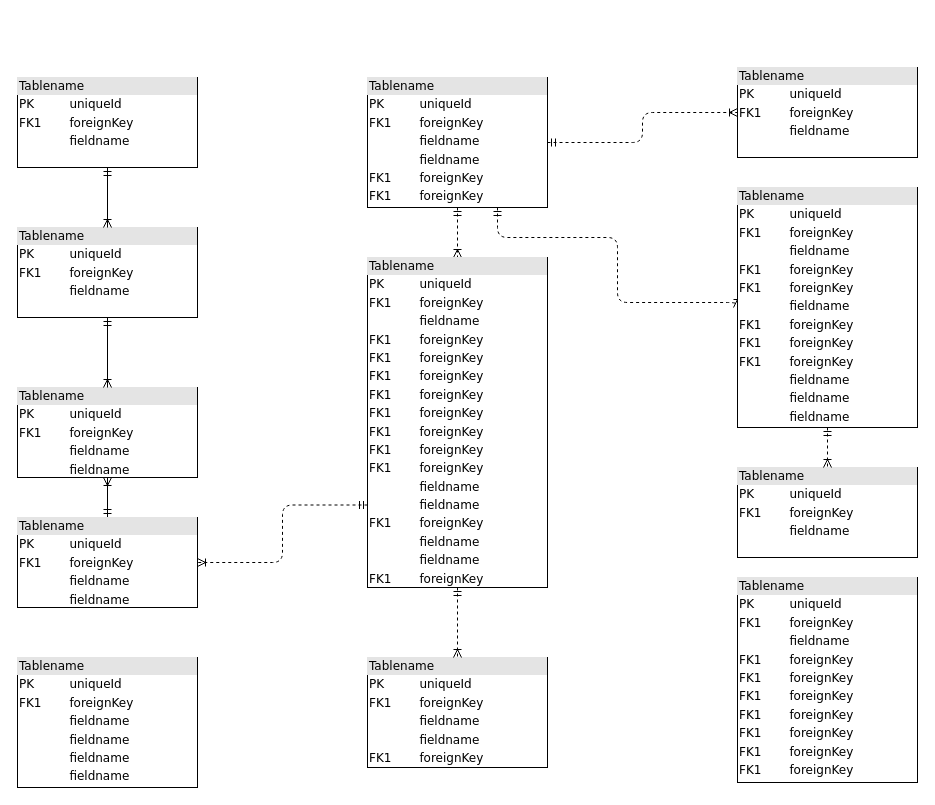
Before: Диаграмма без названия.drawio in RomanPereyaslavskiy/django-app, a draw.io diagram. Source tidied: cells renumbered, new cells numbered last; positions are measured from the earlier drawing's top-left corner, leaving out a move shared by most shapes. Both pictures are drawn from the tidied source at 100%, with x=0, y=0 at pixel (17, 67).
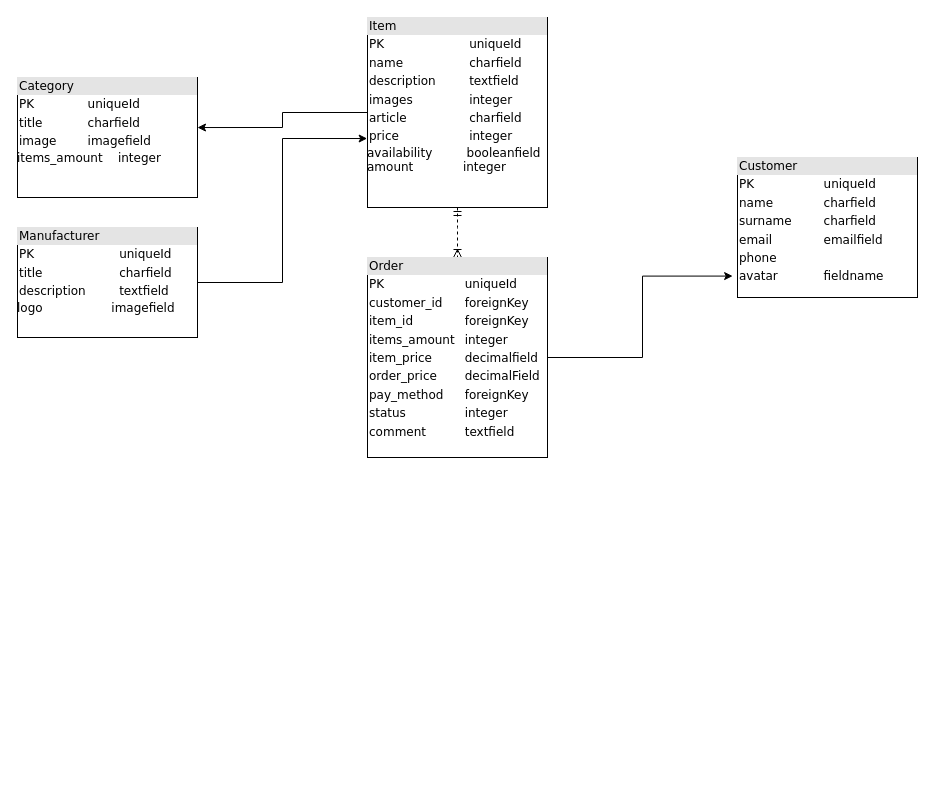
The same page after the edit.

Diff of the diagram source:
```diff
@@
-    <mxCell id="2" value="&lt;div style=&quot;box-sizing:border-box;width:100%;background:#e4e4e4;padding:2px;&quot;&gt;Tablename&lt;/div&gt;&lt;table style=&quot;width:100%;font-size:1em;&quot; cellpadding=&quot;2&quot; cellspacing=&quot;0&quot;&gt;&lt;tr&gt;&lt;td&gt;PK&lt;/td&gt;&lt;td&gt;uniqueId&lt;/td&gt;&lt;/tr&gt;&lt;tr&gt;&lt;td&gt;FK1&lt;/td&gt;&lt;td&gt;foreignKey&lt;/td&gt;&lt;/tr&gt;&lt;tr&gt;&lt;td&gt;&lt;/td&gt;&lt;td&gt;fieldname&lt;/td&gt;&lt;/tr&gt;&lt;/table&gt;" style="verticalAlign=top;align=left;overflow=fill;html=1;rounded=0;shadow=0;comic=0;labelBackgroundColor=none;strokeWidth=1;fontFamily=Verdana;fontSize=12;" parent="1" vertex="1">
-      <mxGeometry y="10" width="180" height="90" as="geometry" />
+    <mxCell id="2" value="&lt;div style=&quot;box-sizing:border-box;width:100%;background:#e4e4e4;padding:2px;&quot;&gt;Category&lt;/div&gt;&lt;table style=&quot;width:100%;font-size:1em;&quot; cellpadding=&quot;2&quot; cellspacing=&quot;0&quot;&gt;&lt;tbody&gt;&lt;tr&gt;&lt;td&gt;PK&lt;/td&gt;&lt;td&gt;uniqueId&lt;/td&gt;&lt;/tr&gt;&lt;tr&gt;&lt;td&gt;title&lt;/td&gt;&lt;td&gt;charfield&lt;br&gt;&lt;/td&gt;&lt;/tr&gt;&lt;tr&gt;&lt;td&gt;image&lt;/td&gt;&lt;td&gt;imagefield&lt;br&gt;&lt;/td&gt;&lt;/tr&gt;&lt;/tbody&gt;&lt;/table&gt;items_amount&amp;nbsp; &amp;nbsp; integer&lt;br&gt;" style="verticalAlign=top;align=left;overflow=fill;html=1;rounded=0;shadow=0;comic=0;labelBackgroundColor=none;strokeWidth=1;fontFamily=Verdana;fontSize=12;" parent="1" vertex="1">
+      <mxGeometry y="10" width="180" height="120" as="geometry" />
     </mxCell>
     <mxCell id="3" style="edgeStyle=orthogonalEdgeStyle;html=1;entryX=0.5;entryY=0;dashed=1;labelBackgroundColor=none;startArrow=ERmandOne;endArrow=ERoneToMany;fontFamily=Verdana;fontSize=12;align=left;" parent="1" edge="1" source="6" target="16">
-      <mxGeometry relative="1" as="geometry" />
+      <mxGeometry relative="1" as="geometry">
+        <Array as="points">
+          <mxPoint x="440" y="170" />
+          <mxPoint x="440" y="170" />
+        </Array>
+      </mxGeometry>
     </mxCell>
-    <mxCell id="4" style="edgeStyle=orthogonalEdgeStyle;html=1;dashed=1;labelBackgroundColor=none;startArrow=ERmandOne;endArrow=ERoneToMany;fontFamily=Verdana;fontSize=12;align=left;entryX=0;entryY=0.5;" parent="1" edge="1" source="6" target="19">
-      <mxGeometry relative="1" as="geometry">
-        <Array as="points">
-          <mxPoint x="480" y="170" />
-          <mxPoint x="600" y="170" />
-          <mxPoint x="600" y="235" />
-        </Array>
-      </mxGeometry>
-    </mxCell>
-    <mxCell id="5" style="edgeStyle=orthogonalEdgeStyle;html=1;dashed=1;labelBackgroundColor=none;startArrow=ERmandOne;endArrow=ERoneToMany;fontFamily=Verdana;fontSize=12;align=left;" parent="1" edge="1" source="6" target="20">
-      <mxGeometry relative="1" as="geometry" />
-    </mxCell>
-    <mxCell id="6" value="&lt;div style=&quot;box-sizing: border-box ; width: 100% ; background: #e4e4e4 ; padding: 2px&quot;&gt;Tablename&lt;/div&gt;&lt;table style=&quot;width: 100% ; font-size: 1em&quot; cellpadding=&quot;2&quot; cellspacing=&quot;0&quot;&gt;&lt;tbody&gt;&lt;tr&gt;&lt;td&gt;PK&lt;/td&gt;&lt;td&gt;uniqueId&lt;/td&gt;&lt;/tr&gt;&lt;tr&gt;&lt;td&gt;FK1&lt;/td&gt;&lt;td&gt;foreignKey&lt;/td&gt;&lt;/tr&gt;&lt;tr&gt;&lt;td&gt;&lt;/td&gt;&lt;td&gt;fieldname&lt;/td&gt;&lt;/tr&gt;&lt;tr&gt;&lt;td&gt;&lt;br&gt;&lt;/td&gt;&lt;td&gt;fieldname&lt;br&gt;&lt;/td&gt;&lt;/tr&gt;&lt;tr&gt;&lt;td&gt;FK1&lt;br&gt;&lt;/td&gt;&lt;td&gt;foreignKey&lt;br&gt;&lt;/td&gt;&lt;/tr&gt;&lt;tr&gt;&lt;td&gt;FK1&lt;br&gt;&lt;/td&gt;&lt;td&gt;foreignKey&lt;br&gt;&lt;/td&gt;&lt;/tr&gt;&lt;/tbody&gt;&lt;/table&gt;" style="verticalAlign=top;align=left;overflow=fill;html=1;rounded=0;shadow=0;comic=0;labelBackgroundColor=none;strokeWidth=1;fontFamily=Verdana;fontSize=12;" parent="1" vertex="1">
-      <mxGeometry x="350" y="10" width="180" height="130" as="geometry" />
+    <mxCell id="6" value="&lt;div style=&quot;box-sizing: border-box ; width: 100% ; background: #e4e4e4 ; padding: 2px&quot;&gt;Item&lt;/div&gt;&lt;table style=&quot;width: 100% ; font-size: 1em&quot; cellpadding=&quot;2&quot; cellspacing=&quot;0&quot;&gt;&lt;tbody&gt;&lt;tr&gt;&lt;td&gt;PK&lt;/td&gt;&lt;td&gt;uniqueId&lt;/td&gt;&lt;/tr&gt;&lt;tr&gt;&lt;td&gt;name&lt;/td&gt;&lt;td&gt;charfield&lt;/td&gt;&lt;/tr&gt;&lt;tr&gt;&lt;td&gt;description&lt;/td&gt;&lt;td&gt;textfield&lt;/td&gt;&lt;/tr&gt;&lt;tr&gt;&lt;td&gt;images&lt;/td&gt;&lt;td&gt;integer&lt;br&gt;&lt;/td&gt;&lt;/tr&gt;&lt;tr&gt;&lt;td&gt;article&lt;br&gt;&lt;/td&gt;&lt;td&gt;charfield&lt;br&gt;&lt;/td&gt;&lt;/tr&gt;&lt;tr&gt;&lt;td&gt;price&lt;br&gt;&lt;/td&gt;&lt;td&gt;integer&lt;br&gt;&lt;/td&gt;&lt;/tr&gt;&lt;/tbody&gt;&lt;/table&gt;availability&amp;nbsp; &amp;nbsp; &amp;nbsp; &amp;nbsp; &amp;nbsp;booleanfield&lt;br&gt;amount&amp;nbsp; &amp;nbsp; &amp;nbsp; &amp;nbsp; &amp;nbsp; &amp;nbsp; &amp;nbsp;integer" style="verticalAlign=top;align=left;overflow=fill;html=1;rounded=0;shadow=0;comic=0;labelBackgroundColor=none;strokeWidth=1;fontFamily=Verdana;fontSize=12;" parent="1" vertex="1">
+      <mxGeometry x="350" y="-50" width="180" height="190" as="geometry" />
     </mxCell>
-    <mxCell id="7" style="edgeStyle=orthogonalEdgeStyle;html=1;labelBackgroundColor=none;startArrow=ERmandOne;endArrow=ERoneToMany;fontFamily=Verdana;fontSize=12;align=left;" parent="1" edge="1" source="9" target="10">
-      <mxGeometry relative="1" as="geometry" />
-    </mxCell>
-    <mxCell id="8" style="edgeStyle=orthogonalEdgeStyle;html=1;exitX=0;exitY=0.75;entryX=1;entryY=0.5;dashed=1;labelBackgroundColor=none;startArrow=ERmandOne;endArrow=ERoneToMany;fontFamily=Verdana;fontSize=12;align=left;" parent="1" edge="1" source="16" target="9">
-      <mxGeometry relative="1" as="geometry" />
-    </mxCell>
-    <mxCell id="9" value="&lt;div style=&quot;box-sizing: border-box ; width: 100% ; background: #e4e4e4 ; padding: 2px&quot;&gt;Tablename&lt;/div&gt;&lt;table style=&quot;width: 100% ; font-size: 1em&quot; cellpadding=&quot;2&quot; cellspacing=&quot;0&quot;&gt;&lt;tbody&gt;&lt;tr&gt;&lt;td&gt;PK&lt;/td&gt;&lt;td&gt;uniqueId&lt;/td&gt;&lt;/tr&gt;&lt;tr&gt;&lt;td&gt;FK1&lt;/td&gt;&lt;td&gt;foreignKey&lt;/td&gt;&lt;/tr&gt;&lt;tr&gt;&lt;td&gt;&lt;/td&gt;&lt;td&gt;fieldname&lt;/td&gt;&lt;/tr&gt;&lt;tr&gt;&lt;td&gt;&lt;br&gt;&lt;/td&gt;&lt;td&gt;fieldname&lt;br&gt;&lt;/td&gt;&lt;/tr&gt;&lt;/tbody&gt;&lt;/table&gt;" style="verticalAlign=top;align=left;overflow=fill;html=1;rounded=0;shadow=0;comic=0;labelBackgroundColor=none;strokeWidth=1;fontFamily=Verdana;fontSize=12;" parent="1" vertex="1">
-      <mxGeometry y="450" width="180" height="90" as="geometry" />
-    </mxCell>
-    <mxCell id="10" value="&lt;div style=&quot;box-sizing: border-box ; width: 100% ; background: #e4e4e4 ; padding: 2px&quot;&gt;Tablename&lt;/div&gt;&lt;table style=&quot;width: 100% ; font-size: 1em&quot; cellpadding=&quot;2&quot; cellspacing=&quot;0&quot;&gt;&lt;tbody&gt;&lt;tr&gt;&lt;td&gt;PK&lt;/td&gt;&lt;td&gt;uniqueId&lt;/td&gt;&lt;/tr&gt;&lt;tr&gt;&lt;td&gt;FK1&lt;/td&gt;&lt;td&gt;foreignKey&lt;/td&gt;&lt;/tr&gt;&lt;tr&gt;&lt;td&gt;&lt;/td&gt;&lt;td&gt;fieldname&lt;/td&gt;&lt;/tr&gt;&lt;tr&gt;&lt;td&gt;&lt;br&gt;&lt;/td&gt;&lt;td&gt;fieldname&lt;br&gt;&lt;/td&gt;&lt;/tr&gt;&lt;/tbody&gt;&lt;/table&gt;" style="verticalAlign=top;align=left;overflow=fill;html=1;rounded=0;shadow=0;comic=0;labelBackgroundColor=none;strokeWidth=1;fontFamily=Verdana;fontSize=12;" parent="1" vertex="1">
-      <mxGeometry y="320" width="180" height="90" as="geometry" />
-    </mxCell>
-    <mxCell id="11" style="edgeStyle=orthogonalEdgeStyle;html=1;entryX=0.5;entryY=0;labelBackgroundColor=none;startArrow=ERmandOne;endArrow=ERoneToMany;fontFamily=Verdana;fontSize=12;align=left;" parent="1" edge="1" source="12" target="10">
-      <mxGeometry relative="1" as="geometry" />
-    </mxCell>
-    <mxCell id="12" value="&lt;div style=&quot;box-sizing:border-box;width:100%;background:#e4e4e4;padding:2px;&quot;&gt;Tablename&lt;/div&gt;&lt;table style=&quot;width:100%;font-size:1em;&quot; cellpadding=&quot;2&quot; cellspacing=&quot;0&quot;&gt;&lt;tr&gt;&lt;td&gt;PK&lt;/td&gt;&lt;td&gt;uniqueId&lt;/td&gt;&lt;/tr&gt;&lt;tr&gt;&lt;td&gt;FK1&lt;/td&gt;&lt;td&gt;foreignKey&lt;/td&gt;&lt;/tr&gt;&lt;tr&gt;&lt;td&gt;&lt;/td&gt;&lt;td&gt;fieldname&lt;/td&gt;&lt;/tr&gt;&lt;/table&gt;" style="verticalAlign=top;align=left;overflow=fill;html=1;rounded=0;shadow=0;comic=0;labelBackgroundColor=none;strokeWidth=1;fontFamily=Verdana;fontSize=12;" parent="1" vertex="1">
-      <mxGeometry y="160" width="180" height="90" as="geometry" />
+    <mxCell id="12" value="&lt;div style=&quot;box-sizing:border-box;width:100%;background:#e4e4e4;padding:2px;&quot;&gt;Manufacturer&lt;br&gt;&lt;/div&gt;&lt;table style=&quot;width:100%;font-size:1em;&quot; cellpadding=&quot;2&quot; cellspacing=&quot;0&quot;&gt;&lt;tbody&gt;&lt;tr&gt;&lt;td&gt;PK&lt;/td&gt;&lt;td&gt;uniqueId&lt;/td&gt;&lt;/tr&gt;&lt;tr&gt;&lt;td&gt;title&lt;/td&gt;&lt;td&gt;charfield&lt;/td&gt;&lt;/tr&gt;&lt;tr&gt;&lt;td&gt;description&lt;/td&gt;&lt;td&gt;textfield&lt;br&gt;&lt;/td&gt;&lt;/tr&gt;&lt;/tbody&gt;&lt;/table&gt;logo&amp;nbsp; &amp;nbsp; &amp;nbsp; &amp;nbsp; &amp;nbsp; &amp;nbsp; &amp;nbsp; &amp;nbsp; &amp;nbsp; imagefield" style="verticalAlign=top;align=left;overflow=fill;html=1;rounded=0;shadow=0;comic=0;labelBackgroundColor=none;strokeWidth=1;fontFamily=Verdana;fontSize=12;" parent="1" vertex="1">
+      <mxGeometry y="160" width="180" height="110" as="geometry" />
     </mxCell>
-    <mxCell id="13" value="&lt;div style=&quot;box-sizing: border-box ; width: 100% ; background: #e4e4e4 ; padding: 2px&quot;&gt;Tablename&lt;/div&gt;&lt;table style=&quot;width: 100% ; font-size: 1em&quot; cellpadding=&quot;2&quot; cellspacing=&quot;0&quot;&gt;&lt;tbody&gt;&lt;tr&gt;&lt;td&gt;PK&lt;/td&gt;&lt;td&gt;uniqueId&lt;/td&gt;&lt;/tr&gt;&lt;tr&gt;&lt;td&gt;FK1&lt;/td&gt;&lt;td&gt;foreignKey&lt;/td&gt;&lt;/tr&gt;&lt;tr&gt;&lt;td&gt;&lt;/td&gt;&lt;td&gt;fieldname&lt;/td&gt;&lt;/tr&gt;&lt;tr&gt;&lt;td&gt;FK1&lt;br&gt;&lt;/td&gt;&lt;td&gt;foreignKey&lt;br&gt;&lt;/td&gt;&lt;/tr&gt;&lt;tr&gt;&lt;td&gt;FK1&lt;br&gt;&lt;/td&gt;&lt;td&gt;foreignKey&lt;br&gt;&lt;/td&gt;&lt;/tr&gt;&lt;tr&gt;&lt;td&gt;FK1&lt;br&gt;&lt;/td&gt;&lt;td&gt;foreignKey&lt;br&gt;&lt;/td&gt;&lt;/tr&gt;&lt;tr&gt;&lt;td&gt;FK1&lt;br&gt;&lt;/td&gt;&lt;td&gt;foreignKey&lt;br&gt;&lt;/td&gt;&lt;/tr&gt;&lt;tr&gt;&lt;td&gt;FK1&lt;br&gt;&lt;/td&gt;&lt;td&gt;foreignKey&lt;br&gt;&lt;/td&gt;&lt;/tr&gt;&lt;tr&gt;&lt;td&gt;FK1&lt;br&gt;&lt;/td&gt;&lt;td&gt;foreignKey&lt;br&gt;&lt;/td&gt;&lt;/tr&gt;&lt;tr&gt;&lt;td&gt;FK1&lt;br&gt;&lt;/td&gt;&lt;td&gt;foreignKey&lt;br&gt;&lt;/td&gt;&lt;/tr&gt;&lt;/tbody&gt;&lt;/table&gt;" style="verticalAlign=top;align=left;overflow=fill;html=1;rounded=0;shadow=0;comic=0;labelBackgroundColor=none;strokeWidth=1;fontFamily=Verdana;fontSize=12;" parent="1" vertex="1">
-      <mxGeometry x="720" y="510" width="180" height="205" as="geometry" />
-    </mxCell>
-    <mxCell id="14" value="&lt;div style=&quot;box-sizing: border-box ; width: 100% ; background: #e4e4e4 ; padding: 2px&quot;&gt;Tablename&lt;/div&gt;&lt;table style=&quot;width: 100% ; font-size: 1em&quot; cellpadding=&quot;2&quot; cellspacing=&quot;0&quot;&gt;&lt;tbody&gt;&lt;tr&gt;&lt;td&gt;PK&lt;/td&gt;&lt;td&gt;uniqueId&lt;/td&gt;&lt;/tr&gt;&lt;tr&gt;&lt;td&gt;FK1&lt;/td&gt;&lt;td&gt;foreignKey&lt;/td&gt;&lt;/tr&gt;&lt;tr&gt;&lt;td&gt;&lt;/td&gt;&lt;td&gt;fieldname&lt;/td&gt;&lt;/tr&gt;&lt;tr&gt;&lt;td&gt;&lt;br&gt;&lt;/td&gt;&lt;td&gt;fieldname&lt;br&gt;&lt;/td&gt;&lt;/tr&gt;&lt;tr&gt;&lt;td&gt;FK1&lt;br&gt;&lt;/td&gt;&lt;td&gt;foreignKey&lt;br&gt;&lt;/td&gt;&lt;/tr&gt;&lt;/tbody&gt;&lt;/table&gt;" style="verticalAlign=top;align=left;overflow=fill;html=1;rounded=0;shadow=0;comic=0;labelBackgroundColor=none;strokeWidth=1;fontFamily=Verdana;fontSize=12;" parent="1" vertex="1">
-      <mxGeometry x="350" y="590" width="180" height="110" as="geometry" />
-    </mxCell>
-    <mxCell id="15" style="edgeStyle=orthogonalEdgeStyle;html=1;entryX=0.5;entryY=0;labelBackgroundColor=none;startArrow=ERmandOne;endArrow=ERoneToMany;fontFamily=Verdana;fontSize=12;align=left;dashed=1;" parent="1" edge="1" source="16" target="14">
-      <mxGeometry relative="1" as="geometry" />
-    </mxCell>
-    <mxCell id="16" value="&lt;div style=&quot;box-sizing: border-box ; width: 100% ; background: #e4e4e4 ; padding: 2px&quot;&gt;Tablename&lt;/div&gt;&lt;table style=&quot;width: 100% ; font-size: 1em&quot; cellpadding=&quot;2&quot; cellspacing=&quot;0&quot;&gt;&lt;tbody&gt;&lt;tr&gt;&lt;td&gt;PK&lt;/td&gt;&lt;td&gt;uniqueId&lt;/td&gt;&lt;/tr&gt;&lt;tr&gt;&lt;td&gt;FK1&lt;/td&gt;&lt;td&gt;foreignKey&lt;/td&gt;&lt;/tr&gt;&lt;tr&gt;&lt;td&gt;&lt;/td&gt;&lt;td&gt;fieldname&lt;/td&gt;&lt;/tr&gt;&lt;tr&gt;&lt;td&gt;FK1&lt;br&gt;&lt;/td&gt;&lt;td&gt;foreignKey&lt;br&gt;&lt;/td&gt;&lt;/tr&gt;&lt;tr&gt;&lt;td&gt;FK1&lt;br&gt;&lt;/td&gt;&lt;td&gt;foreignKey&lt;br&gt;&lt;/td&gt;&lt;/tr&gt;&lt;tr&gt;&lt;td&gt;FK1&lt;br&gt;&lt;/td&gt;&lt;td&gt;foreignKey&lt;br&gt;&lt;/td&gt;&lt;/tr&gt;&lt;tr&gt;&lt;td&gt;FK1&lt;br&gt;&lt;/td&gt;&lt;td&gt;foreignKey&lt;br&gt;&lt;/td&gt;&lt;/tr&gt;&lt;tr&gt;&lt;td&gt;FK1&lt;br&gt;&lt;/td&gt;&lt;td&gt;foreignKey&lt;br&gt;&lt;/td&gt;&lt;/tr&gt;&lt;tr&gt;&lt;td&gt;FK1&lt;br&gt;&lt;/td&gt;&lt;td&gt;foreignKey&lt;br&gt;&lt;/td&gt;&lt;/tr&gt;&lt;tr&gt;&lt;td&gt;FK1&lt;br&gt;&lt;/td&gt;&lt;td&gt;foreignKey&lt;br&gt;&lt;/td&gt;&lt;/tr&gt;&lt;tr&gt;&lt;td&gt;FK1&lt;br&gt;&lt;/td&gt;&lt;td&gt;foreignKey&lt;br&gt;&lt;/td&gt;&lt;/tr&gt;&lt;tr&gt;&lt;td&gt;&lt;br&gt;&lt;/td&gt;&lt;td&gt;fieldname&lt;br&gt;&lt;/td&gt;&lt;/tr&gt;&lt;tr&gt;&lt;td&gt;&lt;br&gt;&lt;/td&gt;&lt;td&gt;fieldname&lt;br&gt;&lt;/td&gt;&lt;/tr&gt;&lt;tr&gt;&lt;td&gt;FK1&lt;br&gt;&lt;/td&gt;&lt;td&gt;foreignKey&lt;br&gt;&lt;/td&gt;&lt;/tr&gt;&lt;tr&gt;&lt;td&gt;&lt;br&gt;&lt;/td&gt;&lt;td&gt;fieldname&lt;br&gt;&lt;/td&gt;&lt;/tr&gt;&lt;tr&gt;&lt;td&gt;&lt;br&gt;&lt;/td&gt;&lt;td&gt;fieldname&lt;br&gt;&lt;/td&gt;&lt;/tr&gt;&lt;tr&gt;&lt;td&gt;FK1&lt;br&gt;&lt;/td&gt;&lt;td&gt;foreignKey&lt;br&gt;&lt;/td&gt;&lt;/tr&gt;&lt;/tbody&gt;&lt;/table&gt;" style="verticalAlign=top;align=left;overflow=fill;html=1;rounded=0;shadow=0;comic=0;labelBackgroundColor=none;strokeWidth=1;fontFamily=Verdana;fontSize=12;" parent="1" vertex="1">
-      <mxGeometry x="350" y="190" width="180" height="330" as="geometry" />
+    <mxCell id="16" value="&lt;div style=&quot;box-sizing: border-box ; width: 100% ; background: #e4e4e4 ; padding: 2px&quot;&gt;Order&lt;/div&gt;&lt;table style=&quot;width: 100% ; font-size: 1em&quot; cellpadding=&quot;2&quot; cellspacing=&quot;0&quot;&gt;&lt;tbody&gt;&lt;tr&gt;&lt;td&gt;PK&lt;/td&gt;&lt;td&gt;uniqueId&lt;/td&gt;&lt;/tr&gt;&lt;tr&gt;&lt;td&gt;customer_id&lt;/td&gt;&lt;td&gt;foreignKey&lt;/td&gt;&lt;/tr&gt;&lt;tr&gt;&lt;td&gt;item_id&lt;/td&gt;&lt;td&gt;foreignKey&lt;/td&gt;&lt;/tr&gt;&lt;tr&gt;&lt;td&gt;items_amount&lt;br&gt;&lt;/td&gt;&lt;td&gt;integer&lt;br&gt;&lt;/td&gt;&lt;/tr&gt;&lt;tr&gt;&lt;td&gt;item_price&lt;/td&gt;&lt;td&gt;decimalfield&lt;/td&gt;&lt;/tr&gt;&lt;tr&gt;&lt;td&gt;order_price&lt;br&gt;&lt;/td&gt;&lt;td&gt;decimalField&lt;/td&gt;&lt;/tr&gt;&lt;tr&gt;&lt;td&gt;pay_method&lt;br&gt;&lt;/td&gt;&lt;td&gt;foreignKey&lt;br&gt;&lt;/td&gt;&lt;/tr&gt;&lt;tr&gt;&lt;td&gt;status&lt;br&gt;&lt;/td&gt;&lt;td&gt;integer&lt;br&gt;&lt;/td&gt;&lt;/tr&gt;&lt;tr&gt;&lt;td&gt;comment&lt;br&gt;&lt;/td&gt;&lt;td&gt;textfield&lt;br&gt;&lt;/td&gt;&lt;/tr&gt;&lt;tr&gt;&lt;td&gt;&lt;br&gt;&lt;/td&gt;&lt;td&gt;&lt;br&gt;&lt;/td&gt;&lt;/tr&gt;&lt;tr&gt;&lt;td&gt;&lt;br&gt;&lt;/td&gt;&lt;td&gt;&lt;br&gt;&lt;/td&gt;&lt;/tr&gt;&lt;tr&gt;&lt;td&gt;&lt;br&gt;&lt;/td&gt;&lt;td&gt;&lt;br&gt;&lt;/td&gt;&lt;/tr&gt;&lt;tr&gt;&lt;td&gt;&lt;br&gt;&lt;/td&gt;&lt;td&gt;&lt;br&gt;&lt;/td&gt;&lt;/tr&gt;&lt;tr&gt;&lt;td&gt;&lt;br&gt;&lt;/td&gt;&lt;td&gt;&lt;br&gt;&lt;/td&gt;&lt;/tr&gt;&lt;tr&gt;&lt;td&gt;&lt;br&gt;&lt;/td&gt;&lt;td&gt;&lt;br&gt;&lt;/td&gt;&lt;/tr&gt;&lt;tr&gt;&lt;td&gt;&lt;br&gt;&lt;/td&gt;&lt;td&gt;&lt;br&gt;&lt;/td&gt;&lt;/tr&gt;&lt;tr&gt;&lt;td&gt;&lt;br&gt;&lt;/td&gt;&lt;td&gt;&lt;br&gt;&lt;/td&gt;&lt;/tr&gt;&lt;/tbody&gt;&lt;/table&gt;" style="verticalAlign=top;align=left;overflow=fill;html=1;rounded=0;shadow=0;comic=0;labelBackgroundColor=none;strokeWidth=1;fontFamily=Verdana;fontSize=12;" parent="1" vertex="1">
+      <mxGeometry x="350" y="190" width="180" height="200" as="geometry" />
     </mxCell>
-    <mxCell id="17" value="&lt;div style=&quot;box-sizing:border-box;width:100%;background:#e4e4e4;padding:2px;&quot;&gt;Tablename&lt;/div&gt;&lt;table style=&quot;width:100%;font-size:1em;&quot; cellpadding=&quot;2&quot; cellspacing=&quot;0&quot;&gt;&lt;tr&gt;&lt;td&gt;PK&lt;/td&gt;&lt;td&gt;uniqueId&lt;/td&gt;&lt;/tr&gt;&lt;tr&gt;&lt;td&gt;FK1&lt;/td&gt;&lt;td&gt;foreignKey&lt;/td&gt;&lt;/tr&gt;&lt;tr&gt;&lt;td&gt;&lt;/td&gt;&lt;td&gt;fieldname&lt;/td&gt;&lt;/tr&gt;&lt;/table&gt;" style="verticalAlign=top;align=left;overflow=fill;html=1;rounded=0;shadow=0;comic=0;labelBackgroundColor=none;strokeWidth=1;fontFamily=Verdana;fontSize=12;" parent="1" vertex="1">
-      <mxGeometry x="720" y="400" width="180" height="90" as="geometry" />
-    </mxCell>
-    <mxCell id="18" style="edgeStyle=orthogonalEdgeStyle;html=1;entryX=0.5;entryY=0;dashed=1;labelBackgroundColor=none;startArrow=ERmandOne;endArrow=ERoneToMany;fontFamily=Verdana;fontSize=12;align=left;" parent="1" edge="1" source="19" target="17">
-      <mxGeometry relative="1" as="geometry" />
-    </mxCell>
-    <mxCell id="19" value="&lt;div style=&quot;box-sizing: border-box ; width: 100% ; background: #e4e4e4 ; padding: 2px&quot;&gt;Tablename&lt;/div&gt;&lt;table style=&quot;width: 100% ; font-size: 1em&quot; cellpadding=&quot;2&quot; cellspacing=&quot;0&quot;&gt;&lt;tbody&gt;&lt;tr&gt;&lt;td&gt;PK&lt;/td&gt;&lt;td&gt;uniqueId&lt;/td&gt;&lt;/tr&gt;&lt;tr&gt;&lt;td&gt;FK1&lt;/td&gt;&lt;td&gt;foreignKey&lt;/td&gt;&lt;/tr&gt;&lt;tr&gt;&lt;td&gt;&lt;/td&gt;&lt;td&gt;fieldname&lt;/td&gt;&lt;/tr&gt;&lt;tr&gt;&lt;td&gt;FK1&lt;br&gt;&lt;/td&gt;&lt;td&gt;foreignKey&lt;br&gt;&lt;/td&gt;&lt;/tr&gt;&lt;tr&gt;&lt;td&gt;FK1&lt;br&gt;&lt;/td&gt;&lt;td&gt;foreignKey&lt;br&gt;&lt;/td&gt;&lt;/tr&gt;&lt;tr&gt;&lt;td&gt;&lt;br&gt;&lt;/td&gt;&lt;td&gt;fieldname&lt;br&gt;&lt;/td&gt;&lt;/tr&gt;&lt;tr&gt;&lt;td&gt;FK1&lt;br&gt;&lt;/td&gt;&lt;td&gt;foreignKey&lt;br&gt;&lt;/td&gt;&lt;/tr&gt;&lt;tr&gt;&lt;td&gt;FK1&lt;br&gt;&lt;/td&gt;&lt;td&gt;foreignKey&lt;br&gt;&lt;/td&gt;&lt;/tr&gt;&lt;tr&gt;&lt;td&gt;FK1&lt;br&gt;&lt;/td&gt;&lt;td&gt;foreignKey&lt;br&gt;&lt;/td&gt;&lt;/tr&gt;&lt;tr&gt;&lt;td&gt;&lt;br&gt;&lt;/td&gt;&lt;td&gt;fieldname&lt;br&gt;&lt;/td&gt;&lt;/tr&gt;&lt;tr&gt;&lt;td&gt;&lt;br&gt;&lt;/td&gt;&lt;td&gt;fieldname&lt;br&gt;&lt;/td&gt;&lt;/tr&gt;&lt;tr&gt;&lt;td&gt;&lt;br&gt;&lt;/td&gt;&lt;td&gt;fieldname&lt;br&gt;&lt;/td&gt;&lt;/tr&gt;&lt;/tbody&gt;&lt;/table&gt;" style="verticalAlign=top;align=left;overflow=fill;html=1;rounded=0;shadow=0;comic=0;labelBackgroundColor=none;strokeWidth=1;fontFamily=Verdana;fontSize=12;" parent="1" vertex="1">
-      <mxGeometry x="720" y="120" width="180" height="240" as="geometry" />
+    <mxCell id="19" value="&lt;div style=&quot;box-sizing: border-box ; width: 100% ; background: #e4e4e4 ; padding: 2px&quot;&gt;Customer&lt;/div&gt;&lt;table style=&quot;width: 100% ; font-size: 1em&quot; cellpadding=&quot;2&quot; cellspacing=&quot;0&quot;&gt;&lt;tbody&gt;&lt;tr&gt;&lt;td&gt;PK&lt;/td&gt;&lt;td&gt;uniqueId&lt;/td&gt;&lt;/tr&gt;&lt;tr&gt;&lt;td&gt;name&lt;/td&gt;&lt;td&gt;charfield&lt;/td&gt;&lt;/tr&gt;&lt;tr&gt;&lt;td&gt;surname&lt;/td&gt;&lt;td&gt;charfield&lt;/td&gt;&lt;/tr&gt;&lt;tr&gt;&lt;td&gt;email&lt;br&gt;&lt;/td&gt;&lt;td&gt;emailfield&lt;br&gt;&lt;/td&gt;&lt;/tr&gt;&lt;tr&gt;&lt;td&gt;phone&lt;br&gt;&lt;/td&gt;&lt;td&gt;&lt;br&gt;&lt;/td&gt;&lt;/tr&gt;&lt;tr&gt;&lt;td&gt;avatar&lt;/td&gt;&lt;td&gt;fieldname&lt;br&gt;&lt;/td&gt;&lt;/tr&gt;&lt;tr&gt;&lt;td&gt;&lt;/td&gt;&lt;td&gt;&lt;br&gt;&lt;/td&gt;&lt;/tr&gt;&lt;tr&gt;&lt;td&gt;&lt;br&gt;&lt;/td&gt;&lt;td&gt;&lt;br&gt;&lt;/td&gt;&lt;/tr&gt;&lt;tr&gt;&lt;td&gt;&lt;br&gt;&lt;/td&gt;&lt;td&gt;&lt;br&gt;&lt;/td&gt;&lt;/tr&gt;&lt;tr&gt;&lt;td&gt;&lt;br&gt;&lt;/td&gt;&lt;td&gt;&lt;br&gt;&lt;/td&gt;&lt;/tr&gt;&lt;tr&gt;&lt;td&gt;&lt;br&gt;&lt;/td&gt;&lt;td&gt;&lt;br&gt;&lt;/td&gt;&lt;/tr&gt;&lt;tr&gt;&lt;td&gt;&lt;br&gt;&lt;/td&gt;&lt;td&gt;&lt;br&gt;&lt;/td&gt;&lt;/tr&gt;&lt;/tbody&gt;&lt;/table&gt;" style="verticalAlign=top;align=left;overflow=fill;html=1;rounded=0;shadow=0;comic=0;labelBackgroundColor=none;strokeWidth=1;fontFamily=Verdana;fontSize=12;" parent="1" vertex="1">
+      <mxGeometry x="720" y="90" width="180" height="140" as="geometry" />
     </mxCell>
-    <mxCell id="20" value="&lt;div style=&quot;box-sizing:border-box;width:100%;background:#e4e4e4;padding:2px;&quot;&gt;Tablename&lt;/div&gt;&lt;table style=&quot;width:100%;font-size:1em;&quot; cellpadding=&quot;2&quot; cellspacing=&quot;0&quot;&gt;&lt;tr&gt;&lt;td&gt;PK&lt;/td&gt;&lt;td&gt;uniqueId&lt;/td&gt;&lt;/tr&gt;&lt;tr&gt;&lt;td&gt;FK1&lt;/td&gt;&lt;td&gt;foreignKey&lt;/td&gt;&lt;/tr&gt;&lt;tr&gt;&lt;td&gt;&lt;/td&gt;&lt;td&gt;fieldname&lt;/td&gt;&lt;/tr&gt;&lt;/table&gt;" style="verticalAlign=top;align=left;overflow=fill;html=1;rounded=0;shadow=0;comic=0;labelBackgroundColor=none;strokeWidth=1;fontFamily=Verdana;fontSize=12;" parent="1" vertex="1">
-      <mxGeometry x="720" width="180" height="90" as="geometry" />
-    </mxCell>
-    <mxCell id="21" value="&lt;div style=&quot;box-sizing: border-box ; width: 100% ; background: #e4e4e4 ; padding: 2px&quot;&gt;Tablename&lt;/div&gt;&lt;table style=&quot;width: 100% ; font-size: 1em&quot; cellpadding=&quot;2&quot; cellspacing=&quot;0&quot;&gt;&lt;tbody&gt;&lt;tr&gt;&lt;td&gt;PK&lt;/td&gt;&lt;td&gt;uniqueId&lt;/td&gt;&lt;/tr&gt;&lt;tr&gt;&lt;td&gt;FK1&lt;/td&gt;&lt;td&gt;foreignKey&lt;/td&gt;&lt;/tr&gt;&lt;tr&gt;&lt;td&gt;&lt;/td&gt;&lt;td&gt;fieldname&lt;/td&gt;&lt;/tr&gt;&lt;tr&gt;&lt;td&gt;&lt;br&gt;&lt;/td&gt;&lt;td&gt;fieldname&lt;br&gt;&lt;/td&gt;&lt;/tr&gt;&lt;tr&gt;&lt;td&gt;&lt;br&gt;&lt;/td&gt;&lt;td&gt;fieldname&lt;br&gt;&lt;/td&gt;&lt;/tr&gt;&lt;tr&gt;&lt;td&gt;&lt;br&gt;&lt;/td&gt;&lt;td&gt;fieldname&lt;br&gt;&lt;/td&gt;&lt;/tr&gt;&lt;/tbody&gt;&lt;/table&gt;" style="verticalAlign=top;align=left;overflow=fill;html=1;rounded=0;shadow=0;comic=0;labelBackgroundColor=none;strokeWidth=1;fontFamily=Verdana;fontSize=12;" parent="1" vertex="1">
-      <mxGeometry y="590" width="180" height="130" as="geometry" />
-    </mxCell>
-    <mxCell id="22" style="edgeStyle=orthogonalEdgeStyle;html=1;endArrow=ERoneToMany;startArrow=ERmandOne;labelBackgroundColor=none;fontFamily=Verdana;fontSize=12;align=left;exitX=0.5;exitY=1;entryX=0.5;entryY=0;" parent="1" edge="1" source="2" target="12">
-      <mxGeometry relative="1" as="geometry" />
-    </mxCell>
+    <mxCell id="23" style="edgeStyle=orthogonalEdgeStyle;rounded=0;jettySize=auto;html=1;entryX=-0.002;entryY=0.637;entryDx=0;entryDy=0;entryPerimeter=0;" parent="1" edge="1" source="12" target="6">
+      <mxGeometry relative="1" as="geometry" />
+    </mxCell>
+    <mxCell id="24" style="edgeStyle=orthogonalEdgeStyle;rounded=0;jettySize=auto;html=1;entryX=1;entryY=0.417;entryDx=0;entryDy=0;entryPerimeter=0;" parent="1" edge="1" source="6" target="2">
+      <mxGeometry relative="1" as="geometry" />
+    </mxCell>
+    <mxCell id="25" style="edgeStyle=orthogonalEdgeStyle;rounded=0;jettySize=auto;html=1;entryX=-0.027;entryY=0.847;entryDx=0;entryDy=0;entryPerimeter=0;" parent="1" edge="1" source="16" target="19">
+      <mxGeometry relative="1" as="geometry" />
+    </mxCell>
+    <mxCell id="26" style="edgeStyle=orthogonalEdgeStyle;rounded=0;orthogonalLoop=1;jettySize=auto;html=1;exitX=0.5;exitY=1;exitDx=0;exitDy=0;" parent="1" edge="1" source="19" target="19">
+      <mxGeometry relative="1" as="geometry" />
+    </mxCell>
```
